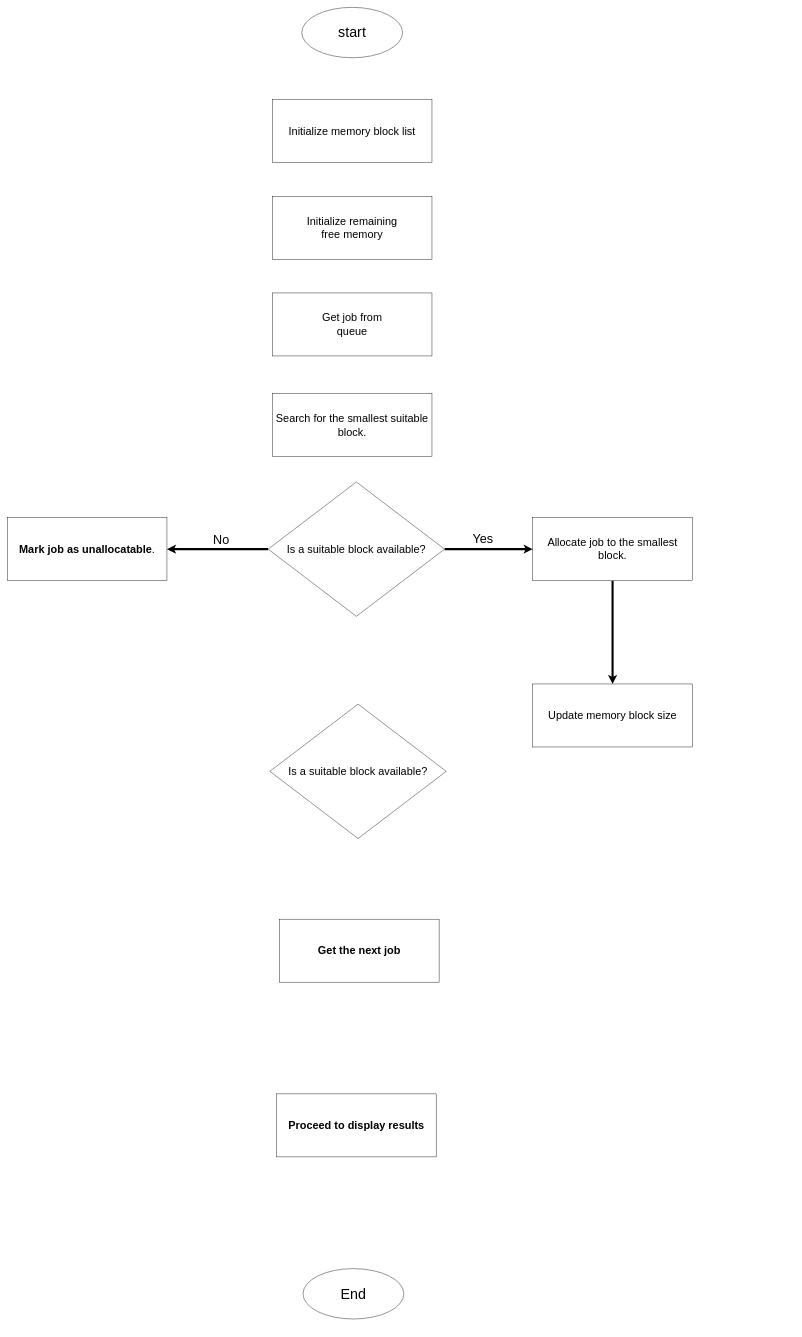
Vimukthi-Randunu/EEX5563Mini-project-RegNo-721429544 keeps this draw.io diagram as Untitled Diagram.drawio. Above is the earlier version. Source tidied: cells renumbered, new cells numbered last; positions are measured from the earlier drawing's top-left corner, leaving out a move shared by most shapes. Both pictures are drawn from the tidied source at 42%, with x=0, y=0 at pixel (7, 7).
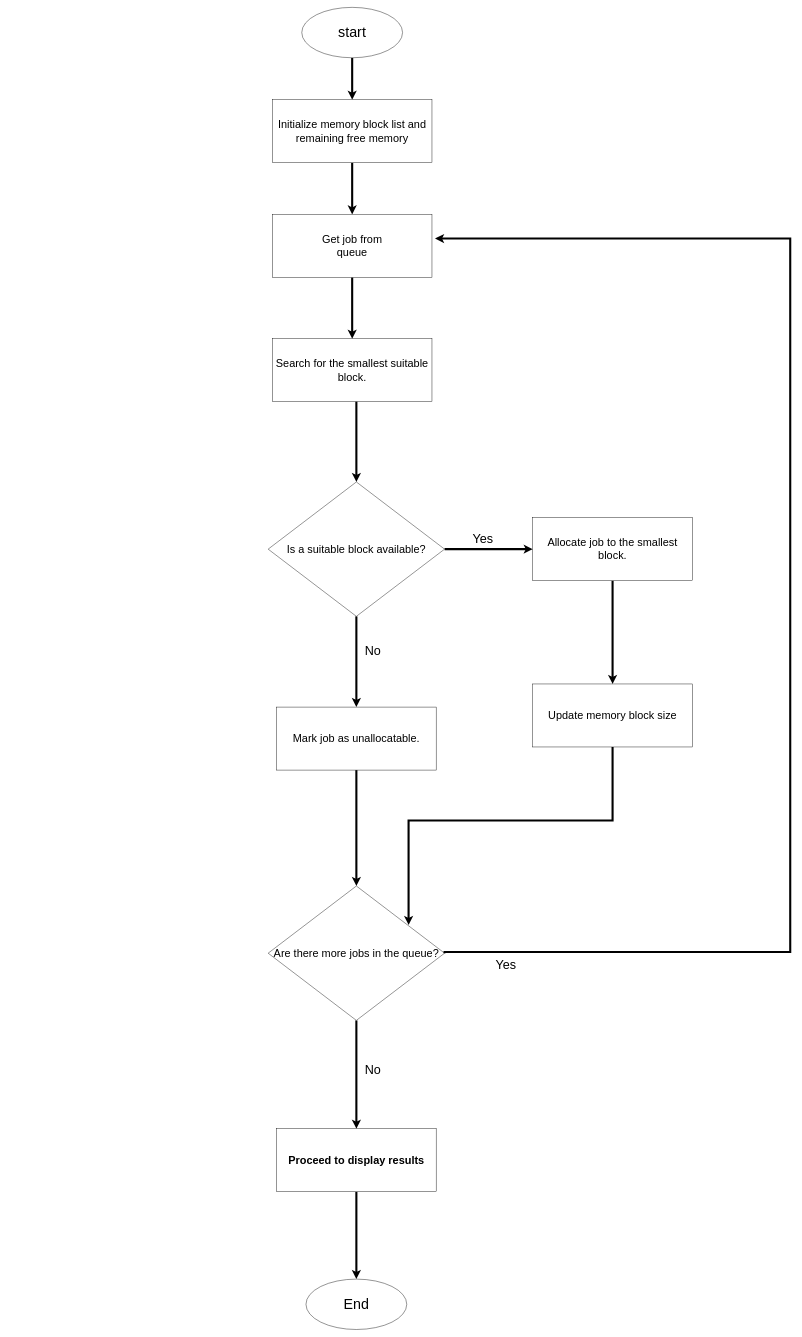
Above is the later version.

Unchanged cells that the change refers to:
```xml
<mxCell id="2" value="&lt;font style=&quot;font-size: 34px;&quot;&gt;start&lt;/font&gt;" style="ellipse;whiteSpace=wrap;html=1;" parent="1" vertex="1">
  <mxGeometry x="701" width="240" height="120" as="geometry" />
</mxCell>
<mxCell id="9" value="&lt;font style=&quot;font-size: 26px;&quot;&gt;Is a suitable block available?&lt;/font&gt;" style="rhombus;whiteSpace=wrap;html=1;" parent="1" vertex="1">
  <mxGeometry x="621" y="1130" width="420" height="320" as="geometry" />
</mxCell>
<mxCell id="12" value="&lt;div&gt;&lt;font style=&quot;font-size: 26px;&quot;&gt;Update memory block size&lt;/font&gt;&lt;br&gt;&lt;/div&gt;" style="rounded=0;whiteSpace=wrap;html=1;" parent="1" vertex="1">
  <mxGeometry x="1251" y="1611" width="380" height="150" as="geometry" />
</mxCell>
```

The edit, as a diff of the source:
```diff
@@
+    <mxCell id="20" style="edgeStyle=orthogonalEdgeStyle;rounded=0;jettySize=auto;html=1;strokeWidth=5;" parent="1" edge="1" source="2" target="3">
+      <mxGeometry relative="1" as="geometry" />
+    </mxCell>
@@
+    <mxCell id="21" style="edgeStyle=orthogonalEdgeStyle;rounded=0;jettySize=auto;html=1;strokeWidth=5;" parent="1" edge="1" source="3" target="5">
+      <mxGeometry relative="1" as="geometry" />
+    </mxCell>
-    <mxCell id="3" value="&lt;font style=&quot;font-size: 26px;&quot;&gt;Initialize memory block list&lt;/font&gt;" style="rounded=0;whiteSpace=wrap;html=1;" parent="1" vertex="1">
+    <mxCell id="3" value="&lt;font style=&quot;font-size: 26px;&quot;&gt;Initialize memory block list and remaining free memory&lt;/font&gt;" style="rounded=0;whiteSpace=wrap;html=1;" parent="1" vertex="1">
       <mxGeometry x="631" y="220" width="380" height="150" as="geometry" />
     </mxCell>
-    <mxCell id="4" value="&lt;font style=&quot;font-size: 26px;&quot;&gt;Initialize remaining&lt;/font&gt;&lt;div&gt;&lt;font style=&quot;font-size: 26px;&quot;&gt;free memory&lt;/font&gt;&lt;/div&gt;" style="rounded=0;whiteSpace=wrap;html=1;" parent="1" vertex="1">
-      <mxGeometry x="631" y="450" width="380" height="150" as="geometry" />
-    </mxCell>
+    <mxCell id="22" style="edgeStyle=orthogonalEdgeStyle;rounded=0;jettySize=auto;html=1;entryX=0.5;entryY=0;entryDx=0;entryDy=0;strokeWidth=5;" parent="1" edge="1" source="5" target="6">
+      <mxGeometry relative="1" as="geometry" />
+    </mxCell>
     <mxCell id="5" value="&lt;span style=&quot;font-size: 26px;&quot;&gt;Get job from&lt;/span&gt;&lt;div&gt;&lt;span style=&quot;font-size: 26px;&quot;&gt;queue&lt;/span&gt;&lt;/div&gt;" style="rounded=0;whiteSpace=wrap;html=1;" parent="1" vertex="1">
-      <mxGeometry x="631" y="680" width="380" height="150" as="geometry" />
+      <mxGeometry x="631" y="493" width="380" height="150" as="geometry" />
     </mxCell>
     <mxCell id="6" value="&lt;div&gt;&lt;font style=&quot;font-size: 26px;&quot;&gt;Search for the smallest suitable block.&lt;/font&gt;&lt;br&gt;&lt;/div&gt;" style="rounded=0;whiteSpace=wrap;html=1;" parent="1" vertex="1">
-      <mxGeometry x="631" y="920" width="380" height="150" as="geometry" />
+      <mxGeometry x="631" y="789" width="380" height="150" as="geometry" />
     </mxCell>
@@
+    <mxCell id="23" style="edgeStyle=orthogonalEdgeStyle;rounded=0;jettySize=auto;html=1;strokeWidth=5;" parent="1" edge="1" source="13" target="14">
+      <mxGeometry relative="1" as="geometry" />
+    </mxCell>
-    <mxCell id="13" value="&lt;div&gt;&lt;font style=&quot;font-size: 26px;&quot;&gt;&lt;strong&gt;Mark job as unallocatable&lt;/strong&gt;.&lt;/font&gt;&lt;br&gt;&lt;/div&gt;" style="rounded=0;whiteSpace=wrap;html=1;" parent="1" vertex="1">
-      <mxGeometry y="1215" width="380" height="150" as="geometry" />
+    <mxCell id="13" value="&lt;div&gt;&lt;font style=&quot;font-size: 26px;&quot;&gt;Mark job as unallocatable.&lt;/font&gt;&lt;br&gt;&lt;/div&gt;" style="rounded=0;whiteSpace=wrap;html=1;" parent="1" vertex="1">
+      <mxGeometry x="641" y="1666" width="380" height="150" as="geometry" />
     </mxCell>
+    <mxCell id="24" style="edgeStyle=orthogonalEdgeStyle;rounded=0;jettySize=auto;html=1;strokeWidth=5;" parent="1" edge="1" source="14" target="16">
+      <mxGeometry relative="1" as="geometry" />
+    </mxCell>
-    <mxCell id="14" value="&lt;font style=&quot;font-size: 26px;&quot;&gt;Is a suitable block available?&lt;/font&gt;" style="rhombus;whiteSpace=wrap;html=1;" parent="1" vertex="1">
-      <mxGeometry x="625" y="1659" width="420" height="320" as="geometry" />
+    <mxCell id="14" value="&lt;font style=&quot;font-size: 26px;&quot;&gt;Are there more jobs in the queue?&lt;/font&gt;" style="rhombus;whiteSpace=wrap;html=1;" parent="1" vertex="1">
+      <mxGeometry x="621" y="2092" width="420" height="320" as="geometry" />
     </mxCell>
-    <mxCell id="15" value="&lt;div&gt;&lt;span style=&quot;font-size: 26px;&quot;&gt;&lt;b&gt;Get the next job&lt;/b&gt;&lt;/span&gt;&lt;/div&gt;" style="rounded=0;whiteSpace=wrap;html=1;" parent="1" vertex="1">
-      <mxGeometry x="648" y="2171" width="380" height="150" as="geometry" />
-    </mxCell>
+    <mxCell id="25" style="edgeStyle=orthogonalEdgeStyle;rounded=0;jettySize=auto;html=1;entryX=0.5;entryY=0;entryDx=0;entryDy=0;strokeWidth=5;" parent="1" edge="1" source="16" target="17">
+      <mxGeometry relative="1" as="geometry" />
+    </mxCell>
     <mxCell id="16" value="&lt;div&gt;&lt;span style=&quot;font-size: 26px;&quot;&gt;&lt;b&gt;Proceed to display results&lt;/b&gt;&lt;/span&gt;&lt;/div&gt;" style="rounded=0;whiteSpace=wrap;html=1;" parent="1" vertex="1">
-      <mxGeometry x="641" y="2587" width="380" height="150" as="geometry" />
+      <mxGeometry x="641" y="2670" width="380" height="150" as="geometry" />
     </mxCell>
     <mxCell id="17" value="&lt;span style=&quot;font-size: 34px;&quot;&gt;End&lt;/span&gt;" style="ellipse;whiteSpace=wrap;html=1;" parent="1" vertex="1">
-      <mxGeometry x="704" y="3003" width="240" height="120" as="geometry" />
+      <mxGeometry x="711" y="3028" width="240" height="120" as="geometry" />
     </mxCell>
@@
     <mxCell id="19" value="&lt;span style=&quot;font-size: 30px;&quot;&gt;No&lt;/span&gt;" style="text;html=1;align=center;verticalAlign=middle;strokeColor=none;fillColor=none;" parent="1" vertex="1">
-      <mxGeometry x="481" y="1243" width="56" height="48" as="geometry" />
+      <mxGeometry x="842" y="1507" width="56" height="48" as="geometry" />
     </mxCell>
+    <mxCell id="26" style="edgeStyle=orthogonalEdgeStyle;rounded=0;jettySize=auto;html=1;entryX=1.019;entryY=0.383;entryDx=0;entryDy=0;entryPerimeter=0;strokeWidth=5;exitX=1;exitY=0.5;exitDx=0;exitDy=0;" parent="1" edge="1" source="14" target="5">
+      <mxGeometry relative="1" as="geometry">
+        <Array as="points">
+          <mxPoint x="1864" y="2249" />
+          <mxPoint x="1864" y="550" />
+        </Array>
+      </mxGeometry>
+    </mxCell>
+    <mxCell id="27" value="&lt;font style=&quot;font-size: 30px;&quot;&gt;Yes&lt;/font&gt;" style="text;html=1;align=center;verticalAlign=middle;strokeColor=none;fillColor=none;" parent="1" vertex="1">
+      <mxGeometry x="1153" y="2255" width="67" height="48" as="geometry" />
+    </mxCell>
+    <mxCell id="28" value="&lt;span style=&quot;font-size: 30px;&quot;&gt;No&lt;/span&gt;" style="text;html=1;align=center;verticalAlign=middle;strokeColor=none;fillColor=none;" parent="1" vertex="1">
+      <mxGeometry x="842" y="2504" width="56" height="48" as="geometry" />
+    </mxCell>
+    <mxCell id="29" style="edgeStyle=orthogonalEdgeStyle;rounded=0;jettySize=auto;html=1;entryX=0.5;entryY=0;entryDx=0;entryDy=0;strokeWidth=5;" parent="1" edge="1" source="6" target="9">
+      <mxGeometry relative="1" as="geometry">
+        <Array as="points">
+          <mxPoint x="831" y="984" />
+          <mxPoint x="831" y="984" />
+        </Array>
+      </mxGeometry>
+    </mxCell>
+    <mxCell id="30" style="edgeStyle=orthogonalEdgeStyle;rounded=0;jettySize=auto;html=1;entryX=0.796;entryY=0.29;entryDx=0;entryDy=0;entryPerimeter=0;strokeWidth=5;" parent="1" edge="1" source="12" target="14">
+      <mxGeometry relative="1" as="geometry">
+        <Array as="points">
+          <mxPoint x="1441" y="1936" />
+          <mxPoint x="955" y="1936" />
+        </Array>
+      </mxGeometry>
+    </mxCell>
```
